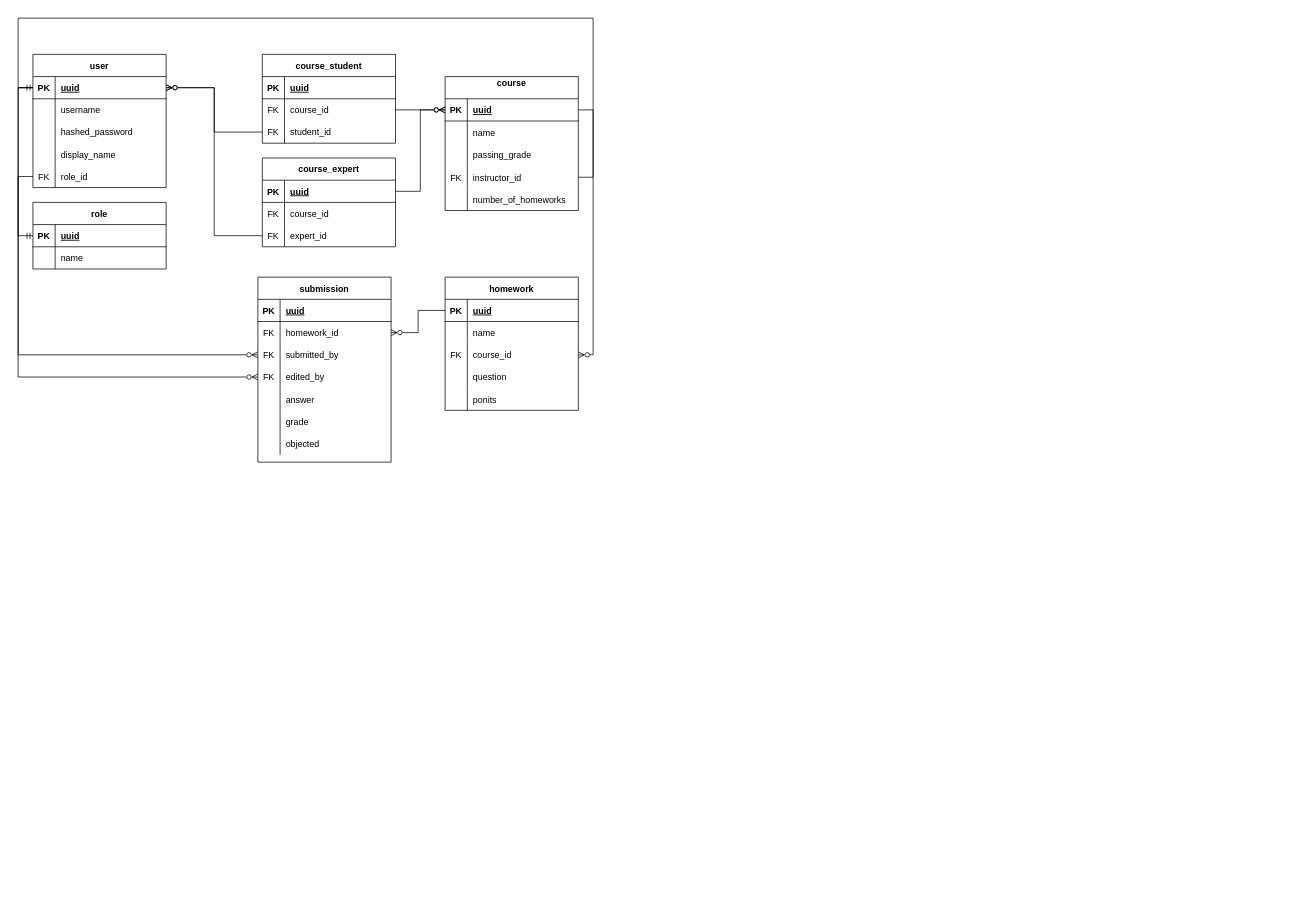
mohi2code/dist-grading-system keeps this draw.io diagram as analysis/intro-to-web.drawio. Above is the earlier version. Source tidied: cells renumbered, new cells numbered last; positions are measured from the earlier drawing's top-left corner, leaving out a move shared by most shapes. Both pictures are drawn from the tidied source at 74%, with x=0, y=0 at pixel (18, 18).
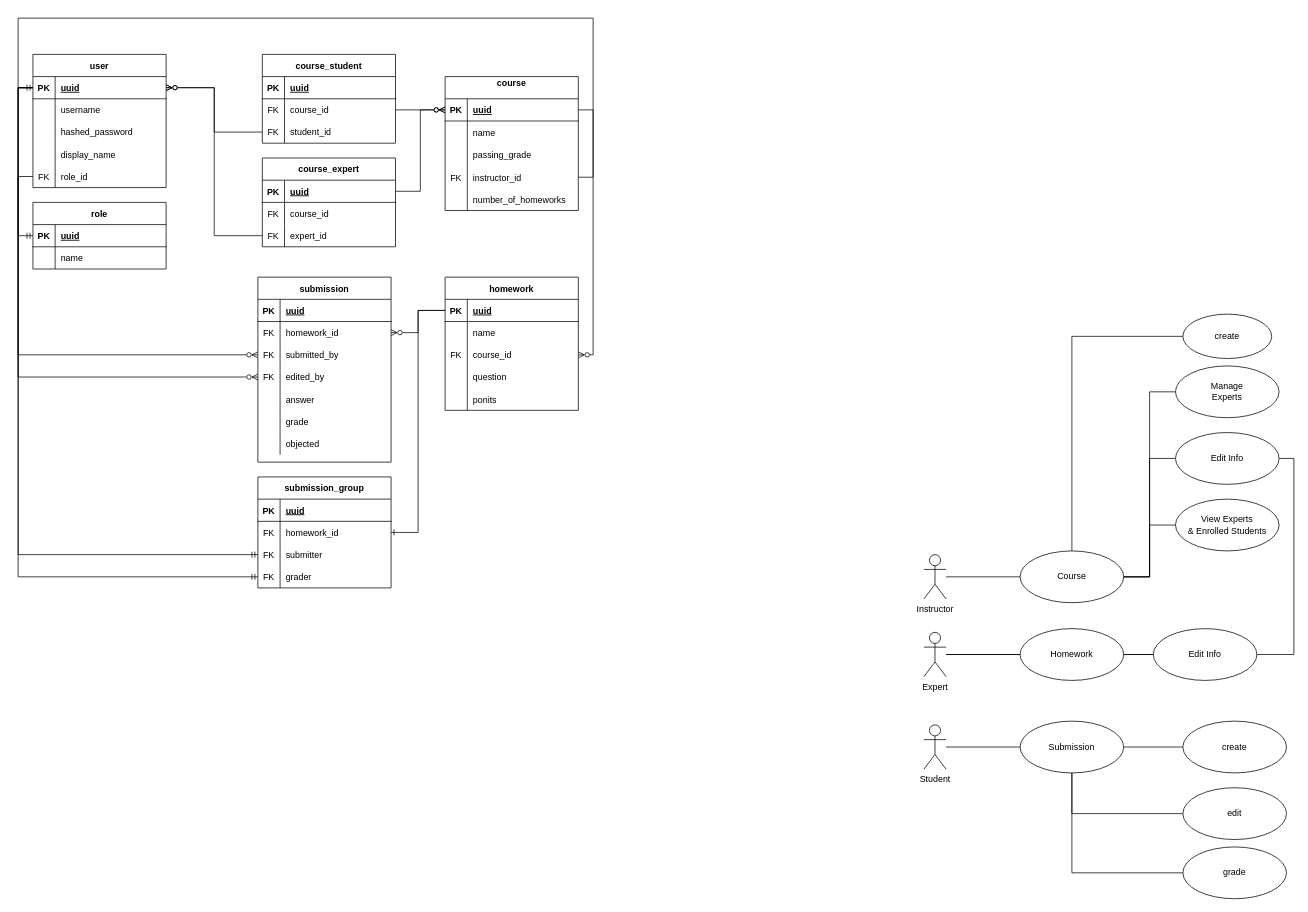
The same diagram, later.

Commit message (it also covers changes not shown here):
:rocket: presentation

The change refers to these unchanged cells:
```xml
<mxCell id="3" style="shape=tableRow;horizontal=0;startSize=0;swimlaneHead=0;swimlaneBody=0;fillColor=none;points=[[0,0.5],[1,0.5]];portConstraint=eastwest;top=0;left=0;right=0;bottom=1;" parent="2" vertex="1">
  <mxGeometry y="30" width="180" height="30" as="geometry" />
</mxCell>
<mxCell id="66" style="shape=tableRow;horizontal=0;startSize=0;swimlaneHead=0;swimlaneBody=0;fillColor=none;points=[[0,0.5],[1,0.5]];portConstraint=eastwest;top=0;left=0;right=0;bottom=1;" parent="65" vertex="1">
  <mxGeometry y="30" width="180" height="30" as="geometry" />
</mxCell>
```

Diff of the diagram source:
```diff
@@
+    <mxCell id="109" value="submission_group" style="shape=table;startSize=30;childLayout=tableLayout;rowLines=0;fontStyle=1;align=center;" parent="1" vertex="1">
+      <mxGeometry x="324" y="620" width="180" height="150" as="geometry" />
+    </mxCell>
+    <mxCell id="110" style="shape=tableRow;horizontal=0;startSize=0;swimlaneHead=0;swimlaneBody=0;fillColor=none;top=0;left=0;right=0;bottom=1;" parent="109" vertex="1">
+      <mxGeometry y="30" width="180" height="30" as="geometry" />
+    </mxCell>
+    <mxCell id="111" value="PK" style="shape=partialRectangle;fillColor=none;top=0;left=0;bottom=0;right=0;fontStyle=1;overflow=hidden;" parent="110" vertex="1">
+      <mxGeometry width="30" height="30" as="geometry" />
+    </mxCell>
+    <mxCell id="112" value="uuid" style="shape=partialRectangle;fillColor=none;top=0;left=0;bottom=0;right=0;align=left;spacingLeft=6;fontStyle=5;overflow=hidden;" parent="110" vertex="1">
+      <mxGeometry x="30" width="150" height="30" as="geometry" />
+    </mxCell>
+    <mxCell id="113" style="shape=tableRow;horizontal=0;startSize=0;swimlaneHead=0;swimlaneBody=0;fillColor=none;points=[[0,0.5],[1,0.5]];portConstraint=eastwest;top=0;left=0;right=0;bottom=0;" parent="109" vertex="1">
+      <mxGeometry y="60" width="180" height="30" as="geometry" />
+    </mxCell>
+    <mxCell id="114" value="FK" style="shape=partialRectangle;fillColor=none;top=0;left=0;bottom=0;right=0;overflow=hidden;" parent="113" vertex="1">
+      <mxGeometry width="30" height="30" as="geometry" />
+    </mxCell>
+    <mxCell id="115" value="homework_id" style="shape=partialRectangle;fillColor=none;top=0;left=0;bottom=0;right=0;align=left;spacingLeft=6;overflow=hidden;" parent="113" vertex="1">
+      <mxGeometry x="30" width="150" height="30" as="geometry" />
+    </mxCell>
+    <mxCell id="116" style="shape=tableRow;horizontal=0;startSize=0;swimlaneHead=0;swimlaneBody=0;fillColor=none;points=[[0,0.5],[1,0.5]];portConstraint=eastwest;top=0;left=0;right=0;bottom=0;" parent="109" vertex="1">
+      <mxGeometry y="90" width="180" height="30" as="geometry" />
+    </mxCell>
+    <mxCell id="117" value="FK" style="shape=partialRectangle;fillColor=none;top=0;left=0;bottom=0;right=0;overflow=hidden;" parent="116" vertex="1">
+      <mxGeometry width="30" height="30" as="geometry" />
+    </mxCell>
+    <mxCell id="118" value="submitter" style="shape=partialRectangle;fillColor=none;top=0;left=0;bottom=0;right=0;align=left;spacingLeft=6;overflow=hidden;" parent="116" vertex="1">
+      <mxGeometry x="30" width="150" height="30" as="geometry" />
+    </mxCell>
+    <mxCell id="119" style="shape=tableRow;horizontal=0;startSize=0;swimlaneHead=0;swimlaneBody=0;fillColor=none;points=[[0,0.5],[1,0.5]];portConstraint=eastwest;top=0;left=0;right=0;bottom=0;" parent="109" vertex="1">
+      <mxGeometry y="120" width="180" height="30" as="geometry" />
+    </mxCell>
+    <mxCell id="120" value="FK" style="shape=partialRectangle;fillColor=none;top=0;left=0;bottom=0;right=0;overflow=hidden;" parent="119" vertex="1">
+      <mxGeometry width="30" height="30" as="geometry" />
+    </mxCell>
+    <mxCell id="121" value="grader" style="shape=partialRectangle;fillColor=none;top=0;left=0;bottom=0;right=0;align=left;spacingLeft=6;overflow=hidden;" parent="119" vertex="1">
+      <mxGeometry x="30" width="150" height="30" as="geometry" />
+    </mxCell>
+    <mxCell id="122" style="edgeStyle=orthogonalEdgeStyle;rounded=0;jettySize=auto;html=1;exitX=0;exitY=0.5;exitDx=0;exitDy=0;entryX=1;entryY=0.5;entryDx=0;entryDy=0;endArrow=ERone;endFill=0;" parent="1" edge="1" source="66" target="113">
+      <mxGeometry relative="1" as="geometry" />
+    </mxCell>
+    <mxCell id="123" style="edgeStyle=orthogonalEdgeStyle;rounded=0;jettySize=auto;html=1;exitX=0;exitY=0.5;exitDx=0;exitDy=0;entryX=0;entryY=0.5;entryDx=0;entryDy=0;endArrow=ERmandOne;endFill=0;" parent="1" edge="1" source="3" target="116">
+      <mxGeometry relative="1" as="geometry" />
+    </mxCell>
+    <mxCell id="124" style="edgeStyle=orthogonalEdgeStyle;rounded=0;jettySize=auto;html=1;exitX=0;exitY=0.5;exitDx=0;exitDy=0;entryX=0;entryY=0.5;entryDx=0;entryDy=0;endArrow=ERmandOne;endFill=0;" parent="1" edge="1" source="3" target="119">
+      <mxGeometry relative="1" as="geometry" />
+    </mxCell>
+    <mxCell id="125" style="edgeStyle=orthogonalEdgeStyle;rounded=0;jettySize=auto;html=1;entryX=0;entryY=0.5;entryDx=0;entryDy=0;endArrow=none;endFill=0;" parent="1" edge="1" source="126" target="134">
+      <mxGeometry relative="1" as="geometry" />
+    </mxCell>
+    <mxCell id="126" value="Instructor&lt;br&gt;" style="shape=umlActor;verticalLabelPosition=bottom;verticalAlign=top;html=1;outlineConnect=0;" parent="1" vertex="1">
+      <mxGeometry x="1224" y="725" width="30" height="60" as="geometry" />
+    </mxCell>
+    <mxCell id="127" style="edgeStyle=orthogonalEdgeStyle;rounded=0;jettySize=auto;html=1;entryX=0;entryY=0.5;entryDx=0;entryDy=0;endArrow=none;endFill=0;" parent="1" edge="1" source="129" target="141">
+      <mxGeometry relative="1" as="geometry" />
+    </mxCell>
+    <mxCell id="128" style="edgeStyle=orthogonalEdgeStyle;rounded=0;jettySize=auto;html=1;endArrow=none;endFill=0;entryX=1;entryY=0.5;entryDx=0;entryDy=0;" parent="1" edge="1" source="129" target="137">
+      <mxGeometry relative="1" as="geometry" />
+    </mxCell>
+    <mxCell id="129" value="Expert" style="shape=umlActor;verticalLabelPosition=bottom;verticalAlign=top;html=1;outlineConnect=0;" parent="1" vertex="1">
+      <mxGeometry x="1224" y="830" width="30" height="60" as="geometry" />
+    </mxCell>
+    <mxCell id="130" style="edgeStyle=orthogonalEdgeStyle;rounded=0;jettySize=auto;html=1;entryX=0;entryY=0.5;entryDx=0;entryDy=0;endArrow=none;endFill=0;" parent="1" edge="1" source="131" target="146">
+      <mxGeometry relative="1" as="geometry" />
+    </mxCell>
+    <mxCell id="131" value="Student&lt;br&gt;" style="shape=umlActor;verticalLabelPosition=bottom;verticalAlign=top;html=1;outlineConnect=0;" parent="1" vertex="1">
+      <mxGeometry x="1224" y="955" width="30" height="60" as="geometry" />
+    </mxCell>
+    <mxCell id="132" style="edgeStyle=orthogonalEdgeStyle;rounded=0;jettySize=auto;html=1;exitX=1;exitY=0.5;exitDx=0;exitDy=0;entryX=0;entryY=0.5;entryDx=0;entryDy=0;endArrow=none;endFill=0;" parent="1" edge="1" source="134" target="137">
+      <mxGeometry relative="1" as="geometry" />
+    </mxCell>
+    <mxCell id="133" style="edgeStyle=orthogonalEdgeStyle;rounded=0;jettySize=auto;html=1;exitX=1;exitY=0.5;exitDx=0;exitDy=0;entryX=0;entryY=0.5;entryDx=0;entryDy=0;endArrow=none;endFill=0;" parent="1" edge="1" source="134" target="143">
+      <mxGeometry relative="1" as="geometry" />
+    </mxCell>
+    <mxCell id="134" value="Course" style="ellipse;whiteSpace=wrap;html=1;" parent="1" vertex="1">
+      <mxGeometry x="1354" y="720" width="140" height="70" as="geometry" />
+    </mxCell>
+    <mxCell id="135" style="edgeStyle=orthogonalEdgeStyle;rounded=0;jettySize=auto;html=1;exitX=0;exitY=0.5;exitDx=0;exitDy=0;entryX=0.5;entryY=0;entryDx=0;entryDy=0;endArrow=none;endFill=0;" parent="1" edge="1" source="136" target="134">
+      <mxGeometry relative="1" as="geometry" />
+    </mxCell>
+    <mxCell id="136" value="create" style="ellipse;whiteSpace=wrap;html=1;" parent="1" vertex="1">
+      <mxGeometry x="1574" y="400" width="120" height="60" as="geometry" />
+    </mxCell>
+    <mxCell id="137" value="Edit Info" style="ellipse;whiteSpace=wrap;html=1;" parent="1" vertex="1">
+      <mxGeometry x="1564" y="560" width="140" height="70" as="geometry" />
+    </mxCell>
+    <mxCell id="138" style="edgeStyle=orthogonalEdgeStyle;rounded=0;jettySize=auto;html=1;entryX=1;entryY=0.5;entryDx=0;entryDy=0;endArrow=none;endFill=0;" parent="1" edge="1" source="139" target="134">
+      <mxGeometry relative="1" as="geometry" />
+    </mxCell>
+    <mxCell id="139" value="Manage&lt;br&gt;Experts" style="ellipse;whiteSpace=wrap;html=1;" parent="1" vertex="1">
+      <mxGeometry x="1564" y="470" width="140" height="70" as="geometry" />
+    </mxCell>
+    <mxCell id="140" style="edgeStyle=orthogonalEdgeStyle;rounded=0;jettySize=auto;html=1;entryX=0;entryY=0.5;entryDx=0;entryDy=0;endArrow=none;endFill=0;" parent="1" edge="1" source="141" target="142">
+      <mxGeometry relative="1" as="geometry" />
+    </mxCell>
+    <mxCell id="141" value="Homework" style="ellipse;whiteSpace=wrap;html=1;" parent="1" vertex="1">
+      <mxGeometry x="1354" y="825" width="140" height="70" as="geometry" />
+    </mxCell>
+    <mxCell id="142" value="Edit Info" style="ellipse;whiteSpace=wrap;html=1;" parent="1" vertex="1">
+      <mxGeometry x="1534" y="825" width="140" height="70" as="geometry" />
+    </mxCell>
+    <mxCell id="143" value="View Experts&lt;br&gt;&amp;amp; Enrolled Students" style="ellipse;whiteSpace=wrap;html=1;" parent="1" vertex="1">
+      <mxGeometry x="1564" y="650" width="140" height="70" as="geometry" />
+    </mxCell>
+    <mxCell id="144" style="edgeStyle=orthogonalEdgeStyle;rounded=0;jettySize=auto;html=1;endArrow=none;endFill=0;" parent="1" edge="1" source="146" target="147">
+      <mxGeometry relative="1" as="geometry" />
+    </mxCell>
+    <mxCell id="145" style="edgeStyle=orthogonalEdgeStyle;rounded=0;jettySize=auto;html=1;exitX=0.5;exitY=1;exitDx=0;exitDy=0;entryX=0;entryY=0.5;entryDx=0;entryDy=0;endArrow=none;endFill=0;" parent="1" edge="1" source="146" target="150">
+      <mxGeometry relative="1" as="geometry" />
+    </mxCell>
+    <mxCell id="146" value="Submission" style="ellipse;whiteSpace=wrap;html=1;" parent="1" vertex="1">
+      <mxGeometry x="1354" y="950" width="140" height="70" as="geometry" />
+    </mxCell>
+    <mxCell id="147" value="create" style="ellipse;whiteSpace=wrap;html=1;" parent="1" vertex="1">
+      <mxGeometry x="1574" y="950" width="140" height="70" as="geometry" />
+    </mxCell>
+    <mxCell id="148" style="edgeStyle=orthogonalEdgeStyle;rounded=0;jettySize=auto;html=1;entryX=0.5;entryY=1;entryDx=0;entryDy=0;endArrow=none;endFill=0;" parent="1" edge="1" source="149" target="146">
+      <mxGeometry relative="1" as="geometry" />
+    </mxCell>
+    <mxCell id="149" value="edit" style="ellipse;whiteSpace=wrap;html=1;" parent="1" vertex="1">
+      <mxGeometry x="1574" y="1040" width="140" height="70" as="geometry" />
+    </mxCell>
+    <mxCell id="150" value="grade" style="ellipse;whiteSpace=wrap;html=1;" parent="1" vertex="1">
+      <mxGeometry x="1574" y="1120" width="140" height="70" as="geometry" />
+    </mxCell>
```
